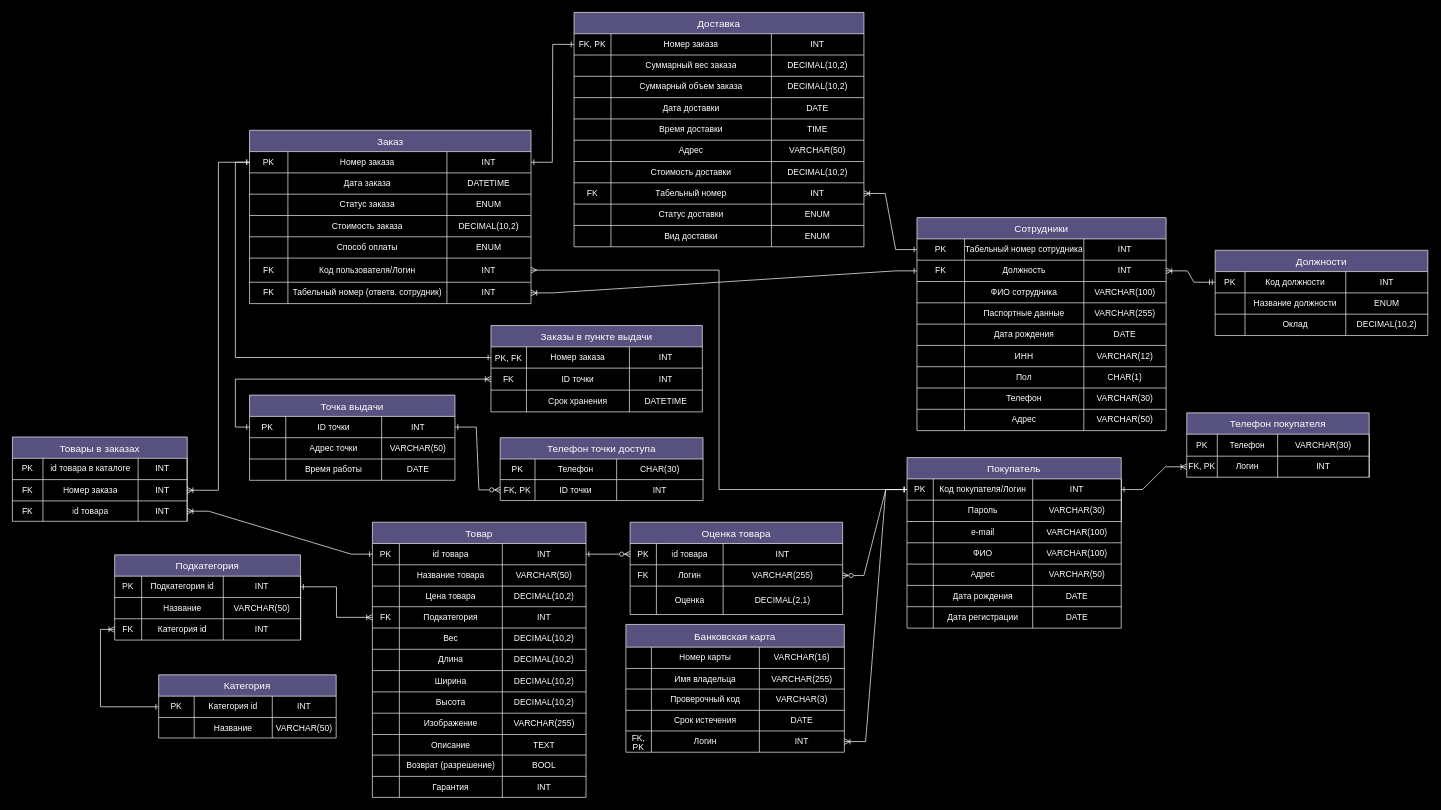
This is Диаграмма без названия.drawio from AnnaGonos/IS-DatabaseDesign-4sem, a draw.io file, before an edit. Source tidied: cells renumbered, new cells numbered last; positions are measured from the earlier drawing's top-left corner, leaving out a move shared by most shapes. Both pictures are drawn from the tidied source at 71%, with x=0, y=0 at pixel (12, 12).
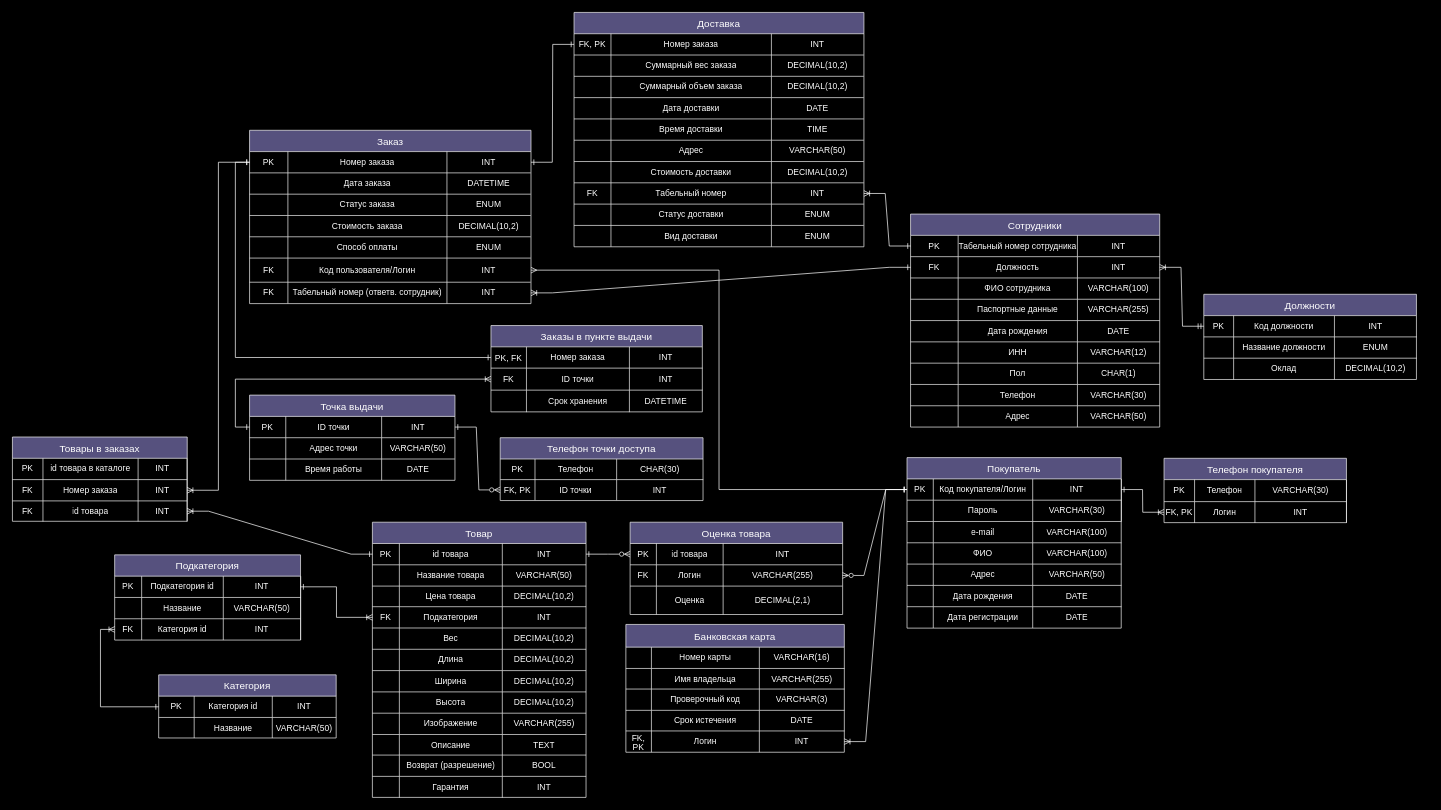
Above is the later version.

Diff of the diagram source:
```diff
@@
     <mxCell id="156" value="Телефон покупателя" style="shape=table;startSize=30;childLayout=tableLayout;fontSize=14;fillColor=#56517E;labelBackgroundColor=none;strokeColor=#EEEEEE;fontColor=#FFFFFF;" parent="1" vertex="1">
-      <mxGeometry x="1654" y="564" width="256.9" height="90.6" as="geometry" />
+      <mxGeometry x="1622" y="628" width="256.9" height="90.6" as="geometry" />
     </mxCell>
@@
+    <mxCell id="334" style="edgeStyle=orthogonalEdgeStyle;rounded=0;jettySize=auto;html=1;" parent="1" edge="1" source="195">
+      <mxGeometry relative="1" as="geometry">
+        <mxPoint x="1433.4" y="87" as="targetPoint" />
+      </mxGeometry>
+    </mxCell>
     <mxCell id="195" value="Сотрудники" style="shape=table;startSize=30;childLayout=tableLayout;strokeColor=#EEEEEE;fontSize=14;labelBackgroundColor=none;fillColor=#56517E;fontColor=#FFFFFF;" parent="1" vertex="1">
-      <mxGeometry x="1274" y="289" width="350.9" height="300" as="geometry" />
+      <mxGeometry x="1265" y="284" width="350.9" height="300" as="geometry" />
     </mxCell>
@@
     <mxCell id="232" value="Должности" style="shape=table;startSize=30;childLayout=tableLayout;fontSize=14;fillColor=#56517E;labelBackgroundColor=none;strokeColor=#EEEEEE;fontColor=#FFFFFF;" parent="1" vertex="1">
-      <mxGeometry x="1694" y="335" width="299.5" height="120" as="geometry" />
+      <mxGeometry x="1678" y="397" width="299.5" height="120" as="geometry" />
     </mxCell>
```
